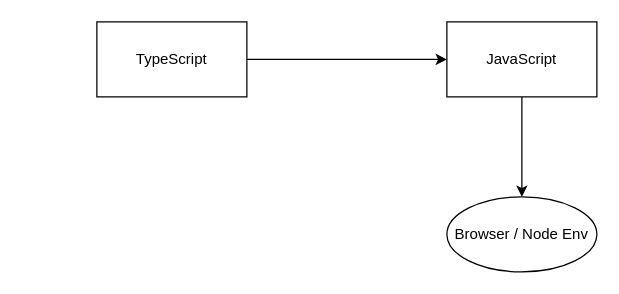
Before: page "Page-1" (1 of 3) of diagrams.drawio in synergy2411/ng-feb-21, a draw.io diagram. Source tidied: cells renumbered, new cells numbered last; positions are measured from the earlier drawing's top-left corner, leaving out a move shared by most shapes. Both pictures are drawn from the tidied source at 125%, with x=0, y=0 at pixel (96, 21).
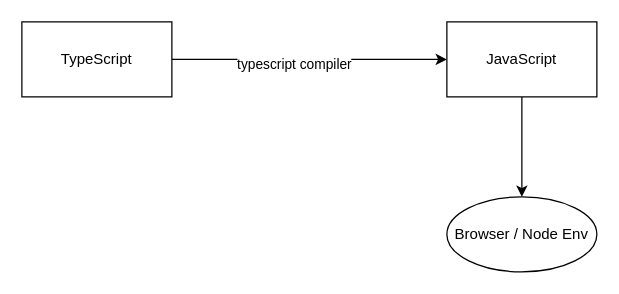
The same page after the edit.

What changed in the source:
```diff
@@
 <mxGraphModel>
   <root>
     <mxCell id="0" />
     <mxCell id="1" parent="0" />
     <mxCell id="2" style="edgeStyle=orthogonalEdgeStyle;rounded=0;jettySize=auto;html=1;" parent="1" edge="1" source="3" target="5">
       <mxGeometry relative="1" as="geometry">
         <Array as="points">
           <mxPoint x="200" y="30" />
           <mxPoint x="200" y="30" />
         </Array>
       </mxGeometry>
     </mxCell>
+    <mxCell id="7" value="typescript compiler" style="edgeLabel;html=1;align=center;verticalAlign=middle;" parent="2" vertex="1">
+      <mxGeometry x="-0.12" y="-3" relative="1" as="geometry" />
+    </mxCell>
     <mxCell id="3" value="TypeScript" style="rounded=0;whiteSpace=wrap;html=1;" parent="1" vertex="1">
-      <mxGeometry width="120" height="60" as="geometry" />
+      <mxGeometry x="-60" width="120" height="60" as="geometry" />
     </mxCell>
     <mxCell id="4" style="edgeStyle=orthogonalEdgeStyle;rounded=0;jettySize=auto;html=1;" parent="1" edge="1" source="5" target="6">
       <mxGeometry relative="1" as="geometry" />
     </mxCell>
     <mxCell id="5" value="JavaScript" style="rounded=0;whiteSpace=wrap;html=1;" parent="1" vertex="1">
       <mxGeometry x="280" width="120" height="60" as="geometry" />
     </mxCell>
     <mxCell id="6" value="Browser / Node Env" style="ellipse;whiteSpace=wrap;html=1;rounded=0;" parent="1" vertex="1">
       <mxGeometry x="280" y="140" width="120" height="60" as="geometry" />
     </mxCell>
   </root>
 </mxGraphModel>
```
